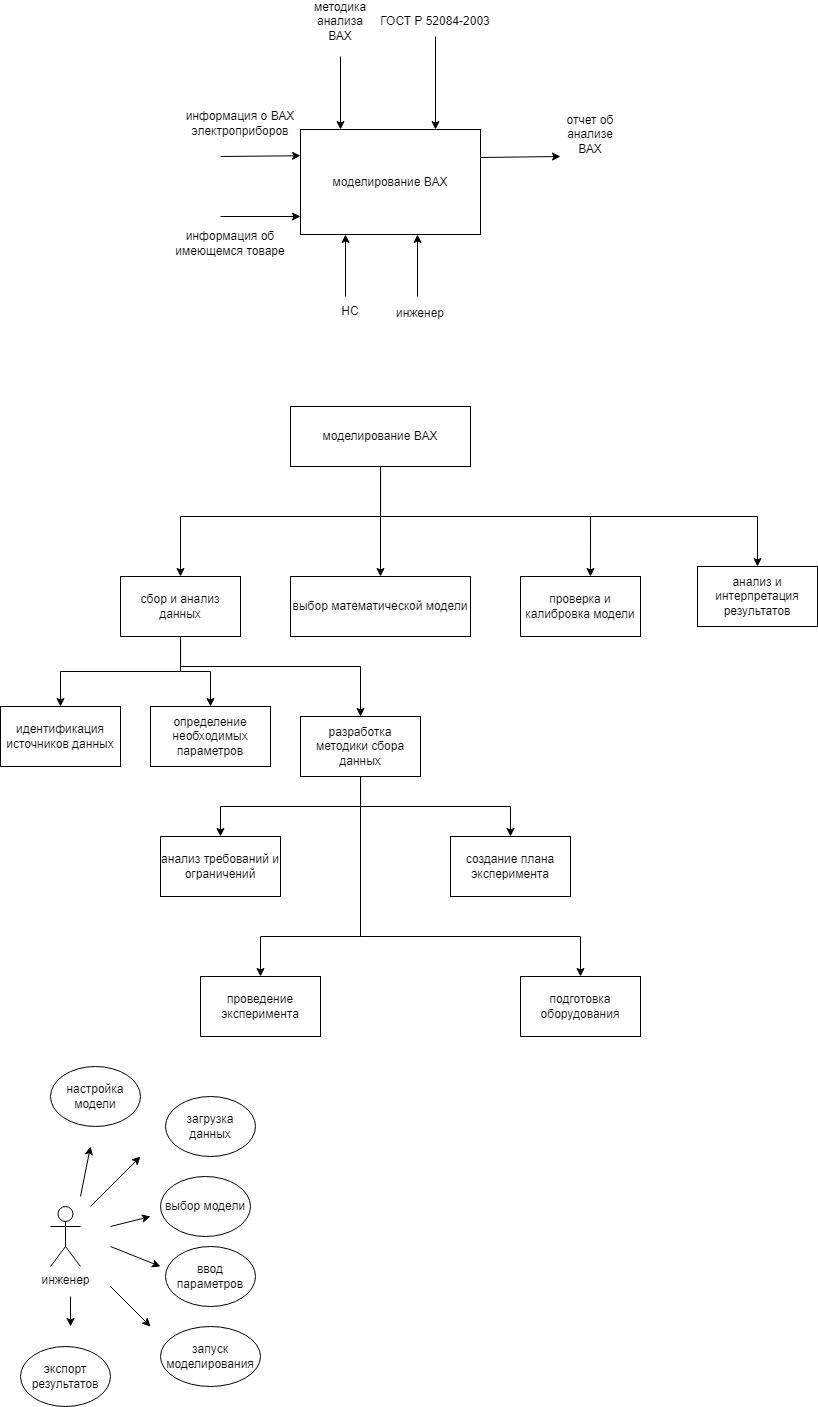
The draw.io diagram diagram.drawio.png in DiKachura/tppo, before a commit. Source tidied: cells renumbered, new cells last; positions are measured from the earlier drawing's top-left corner, leaving out a move shared by most shapes.
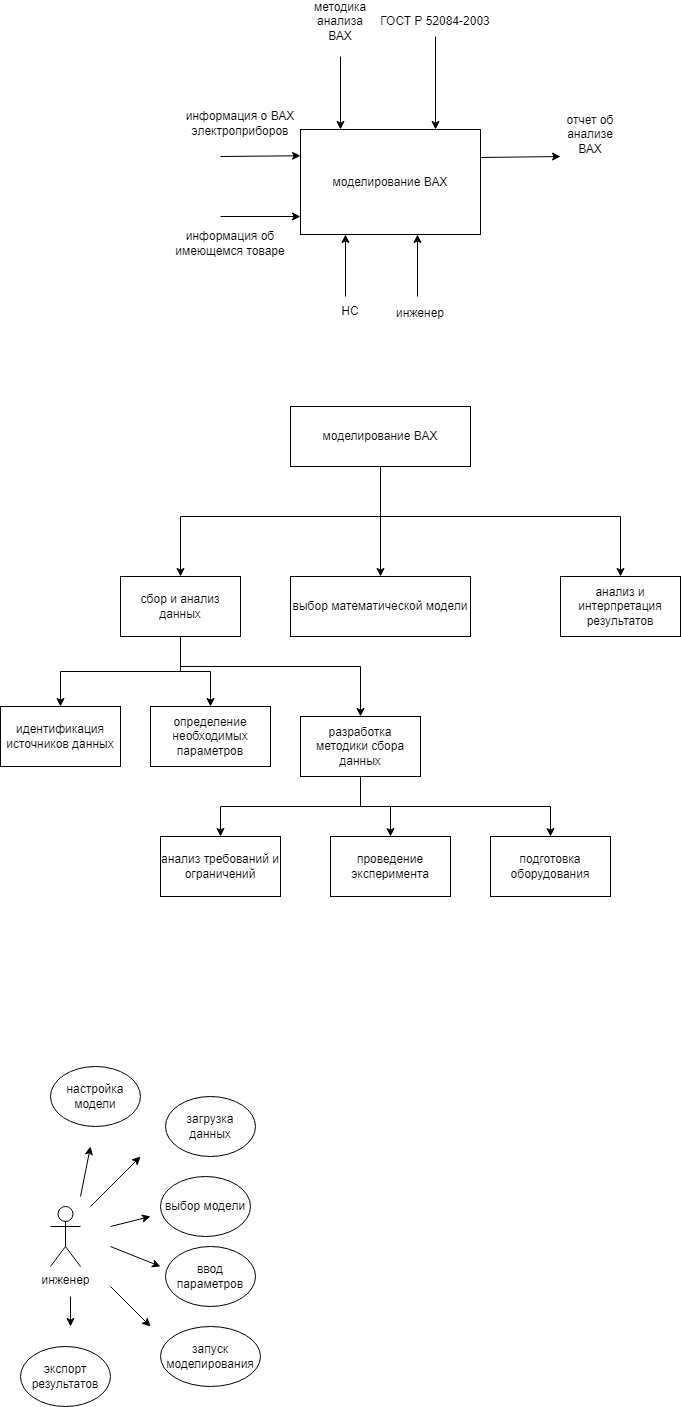
After the commit.

Diff of the diagram source:
```diff
@@ -60,19 +60,11 @@
         </Array>
       </mxGeometry>
     </mxCell>
-    <mxCell id="16" style="edgeStyle=orthogonalEdgeStyle;rounded=0;jettySize=auto;html=1;entryX=0.583;entryY=0;entryDx=0;entryDy=0;entryPerimeter=0;" parent="1" edge="1" source="18" target="24">
-      <mxGeometry relative="1" as="geometry">
-        <Array as="points">
-          <mxPoint x="380" y="510" />
-          <mxPoint x="590" y="510" />
-        </Array>
-      </mxGeometry>
-    </mxCell>
     <mxCell id="17" style="edgeStyle=orthogonalEdgeStyle;rounded=0;jettySize=auto;html=1;entryX=0.5;entryY=0;entryDx=0;entryDy=0;" parent="1" edge="1" source="18" target="25">
       <mxGeometry relative="1" as="geometry">
         <Array as="points">
           <mxPoint x="380" y="510" />
-          <mxPoint x="757" y="510" />
+          <mxPoint x="620" y="510" />
         </Array>
       </mxGeometry>
     </mxCell>
@@ -99,11 +91,8 @@
     <mxCell id="23" value="сбор и анализ данных" style="rounded=0;whiteSpace=wrap;html=1;" parent="1" vertex="1">
       <mxGeometry x="120" y="570" width="120" height="60" as="geometry" />
     </mxCell>
-    <mxCell id="24" value="проверка и калибровка модели" style="rounded=0;whiteSpace=wrap;html=1;" parent="1" vertex="1">
-      <mxGeometry x="520" y="570" width="120" height="60" as="geometry" />
-    </mxCell>
     <mxCell id="25" value="анализ и интерпретация результатов" style="rounded=0;whiteSpace=wrap;html=1;" parent="1" vertex="1">
-      <mxGeometry x="697" y="560" width="120" height="60" as="geometry" />
+      <mxGeometry x="560" y="570" width="120" height="60" as="geometry" />
     </mxCell>
     <mxCell id="26" value="идентификация источников данных" style="rounded=0;whiteSpace=wrap;html=1;" parent="1" vertex="1">
       <mxGeometry y="700" width="120" height="60" as="geometry" />
@@ -119,44 +108,28 @@
         </Array>
       </mxGeometry>
     </mxCell>
-    <mxCell id="29" style="edgeStyle=orthogonalEdgeStyle;rounded=0;jettySize=auto;html=1;entryX=0.5;entryY=0;entryDx=0;entryDy=0;" parent="1" edge="1" source="32" target="35">
-      <mxGeometry relative="1" as="geometry">
-        <Array as="points">
-          <mxPoint x="360" y="930" />
-          <mxPoint x="260" y="930" />
-        </Array>
-      </mxGeometry>
+    <mxCell id="29" style="edgeStyle=orthogonalEdgeStyle;rounded=0;jettySize=auto;html=1;" parent="1" edge="1" source="32" target="35">
+      <mxGeometry relative="1" as="geometry" />
     </mxCell>
     <mxCell id="30" style="edgeStyle=orthogonalEdgeStyle;rounded=0;jettySize=auto;html=1;entryX=0.5;entryY=0;entryDx=0;entryDy=0;" parent="1" edge="1" source="32" target="36">
       <mxGeometry relative="1" as="geometry">
         <Array as="points">
-          <mxPoint x="360" y="930" />
-          <mxPoint x="580" y="930" />
+          <mxPoint x="360" y="800" />
+          <mxPoint x="550" y="800" />
         </Array>
       </mxGeometry>
     </mxCell>
-    <mxCell id="31" style="edgeStyle=orthogonalEdgeStyle;rounded=0;jettySize=auto;html=1;entryX=0.5;entryY=0;entryDx=0;entryDy=0;" parent="1" edge="1" source="32" target="34">
-      <mxGeometry relative="1" as="geometry">
-        <Array as="points">
-          <mxPoint x="360" y="800" />
-          <mxPoint x="510" y="800" />
-        </Array>
-      </mxGeometry>
-    </mxCell>
     <mxCell id="32" value="разработка методики сбора данных" style="rounded=0;whiteSpace=wrap;html=1;" parent="1" vertex="1">
       <mxGeometry x="300" y="710" width="120" height="60" as="geometry" />
     </mxCell>
     <mxCell id="33" value="анализ требований и ограничений" style="rounded=0;whiteSpace=wrap;html=1;" parent="1" vertex="1">
       <mxGeometry x="160" y="830" width="120" height="60" as="geometry" />
     </mxCell>
-    <mxCell id="34" value="создание плана эксперимента" style="rounded=0;whiteSpace=wrap;html=1;" parent="1" vertex="1">
-      <mxGeometry x="450" y="830" width="120" height="60" as="geometry" />
-    </mxCell>
     <mxCell id="35" value="проведение эксперимента" style="rounded=0;whiteSpace=wrap;html=1;" parent="1" vertex="1">
-      <mxGeometry x="200" y="970" width="120" height="60" as="geometry" />
+      <mxGeometry x="330" y="830" width="120" height="60" as="geometry" />
     </mxCell>
     <mxCell id="36" value="подготовка оборудования" style="rounded=0;whiteSpace=wrap;html=1;" parent="1" vertex="1">
-      <mxGeometry x="520" y="970" width="120" height="60" as="geometry" />
+      <mxGeometry x="490" y="830" width="120" height="60" as="geometry" />
     </mxCell>
     <mxCell id="37" style="endArrow=classic;html=1;rounded=0;entryX=0.25;entryY=1;entryDx=0;entryDy=0;" parent="1" edge="1" target="2">
       <mxGeometry relative="1" as="geometry">
```
